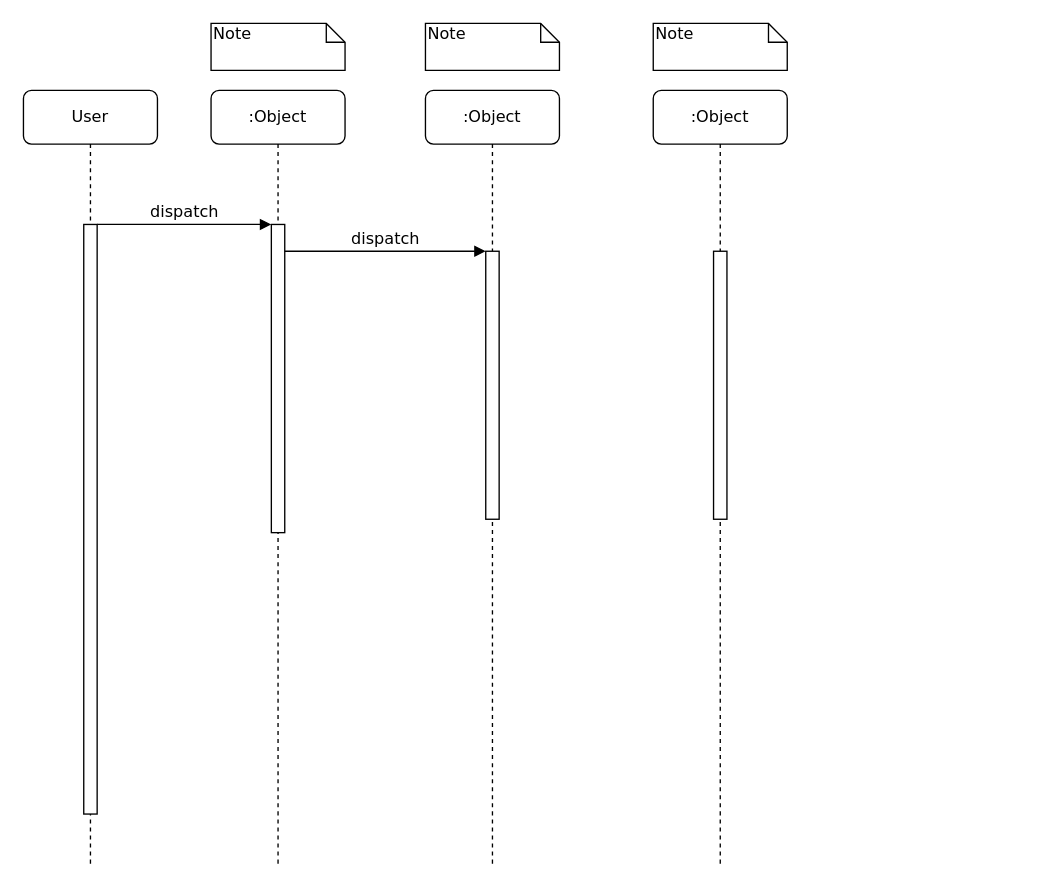
Earlier version of the draw.io diagram Sequence_Project.drawio (critschris/COMP-354). Source tidied: cells renumbered, new cells numbered last; positions are measured from the earlier drawing's top-left corner, leaving out a move shared by most shapes. Both pictures are drawn from the tidied source at 134%, with x=0, y=0 at pixel (23, 23).
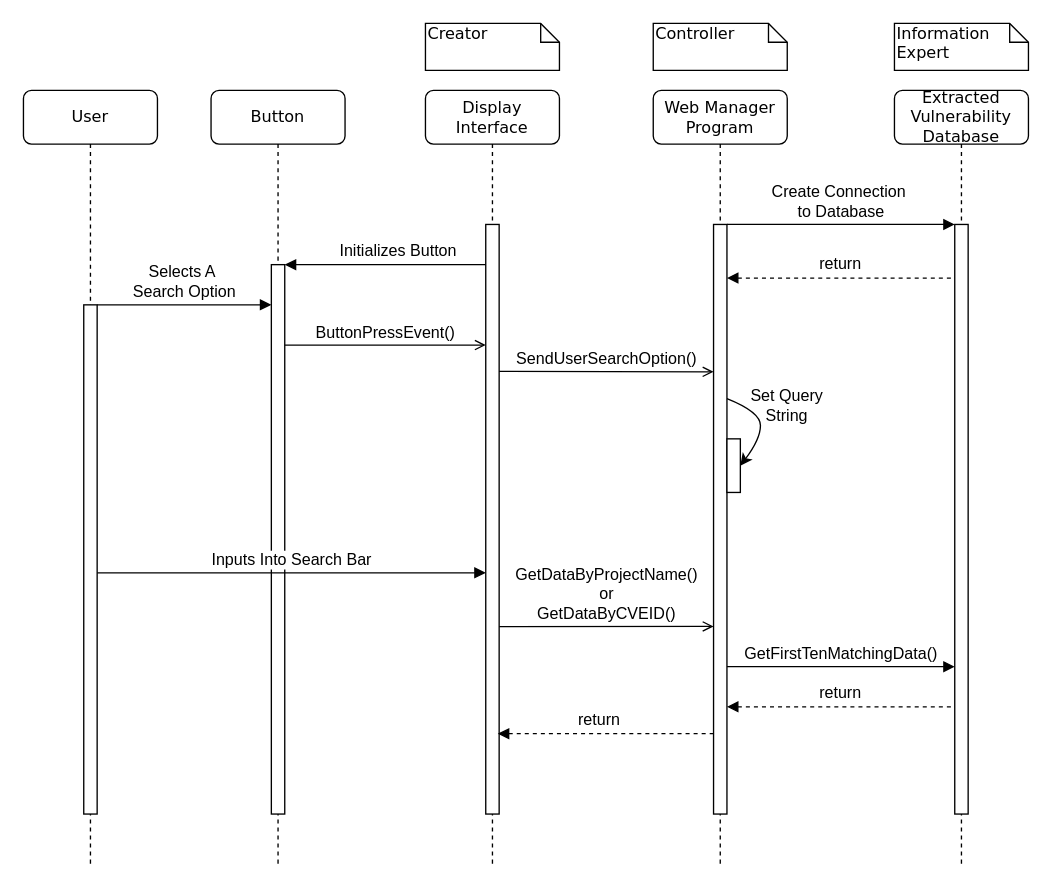
Above is the later version.

The change refers to these unchanged cells:
```xml
<mxCell id="6" value="User" style="shape=umlLifeline;perimeter=lifelinePerimeter;whiteSpace=wrap;html=1;rounded=1;shadow=0;comic=0;labelBackgroundColor=none;strokeWidth=1;fontFamily=Verdana;fontSize=12;align=center;" parent="1" vertex="1">
  <mxGeometry y="50" width="100" height="580" as="geometry" />
</mxCell>
```

Change to the diagram source:
```diff
@@
-    <mxCell id="2" value=":Object" style="shape=umlLifeline;perimeter=lifelinePerimeter;whiteSpace=wrap;html=1;rounded=1;shadow=0;comic=0;labelBackgroundColor=none;strokeWidth=1;fontFamily=Verdana;fontSize=12;align=center;" parent="1" vertex="1">
+    <mxCell id="2" value="Button" style="shape=umlLifeline;perimeter=lifelinePerimeter;whiteSpace=wrap;html=1;rounded=1;shadow=0;comic=0;labelBackgroundColor=none;strokeWidth=1;fontFamily=Verdana;fontSize=12;align=center;" parent="1" vertex="1">
       <mxGeometry x="140" y="50" width="100" height="580" as="geometry" />
     </mxCell>
     <mxCell id="3" style="html=1;points=[];perimeter=orthogonalPerimeter;rounded=0;shadow=0;comic=0;labelBackgroundColor=none;strokeWidth=1;fontFamily=Verdana;fontSize=12;align=center;" parent="2" vertex="1">
-      <mxGeometry x="45" y="100" width="10" height="230" as="geometry" />
+      <mxGeometry x="45" y="130" width="10" height="410" as="geometry" />
     </mxCell>
+    <mxCell id="15" value="&lt;font style=&quot;background-color: light-dark(#ffffff, var(--ge-dark-color, #121212));&quot; face=&quot;Helvetica&quot;&gt;Inputs Into Search Bar&lt;/font&gt;" style="html=1;verticalAlign=bottom;endArrow=block;labelBackgroundColor=none;fontFamily=Verdana;fontSize=12;edgeStyle=elbowEdgeStyle;elbow=vertical;" parent="2" edge="1">
+      <mxGeometry relative="1" as="geometry">
+        <mxPoint x="-85" y="360" as="sourcePoint" />
+        <mxPoint x="205" y="360" as="targetPoint" />
+      </mxGeometry>
+    </mxCell>
-    <mxCell id="4" value=":Object" style="shape=umlLifeline;perimeter=lifelinePerimeter;whiteSpace=wrap;html=1;rounded=1;shadow=0;comic=0;labelBackgroundColor=none;strokeWidth=1;fontFamily=Verdana;fontSize=12;align=center;" parent="1" vertex="1">
+    <mxCell id="4" value="Display Interface" style="shape=umlLifeline;perimeter=lifelinePerimeter;whiteSpace=wrap;html=1;rounded=1;shadow=0;comic=0;labelBackgroundColor=none;strokeWidth=1;fontFamily=Verdana;fontSize=12;align=center;" parent="1" vertex="1">
       <mxGeometry x="300" y="50" width="100" height="580" as="geometry" />
     </mxCell>
     <mxCell id="5" style="html=1;points=[];perimeter=orthogonalPerimeter;rounded=0;shadow=0;comic=0;labelBackgroundColor=none;strokeWidth=1;fontFamily=Verdana;fontSize=12;align=center;" parent="4" vertex="1">
-      <mxGeometry x="45" y="120" width="10" height="200" as="geometry" />
+      <mxGeometry x="45" y="100" width="10" height="440" as="geometry" />
     </mxCell>
@@
     <mxCell id="7" style="html=1;points=[];perimeter=orthogonalPerimeter;rounded=0;shadow=0;comic=0;labelBackgroundColor=none;strokeWidth=1;fontFamily=Verdana;fontSize=12;align=center;" parent="6" vertex="1">
-      <mxGeometry x="45" y="100" width="10" height="440" as="geometry" />
+      <mxGeometry x="45" y="160" width="10" height="380" as="geometry" />
     </mxCell>
-    <mxCell id="8" value="dispatch" style="html=1;verticalAlign=bottom;endArrow=block;entryX=0;entryY=0;labelBackgroundColor=none;fontFamily=Verdana;fontSize=12;edgeStyle=elbowEdgeStyle;elbow=vertical;" parent="1" edge="1" source="7" target="3">
-      <mxGeometry relative="1" as="geometry" />
-    </mxCell>
-    <mxCell id="9" value="dispatch" style="html=1;verticalAlign=bottom;endArrow=block;entryX=0;entryY=0;labelBackgroundColor=none;fontFamily=Verdana;fontSize=12;edgeStyle=elbowEdgeStyle;elbow=vertical;" parent="1" edge="1" source="3" target="5">
-      <mxGeometry relative="1" as="geometry" />
-    </mxCell>
+    <mxCell id="16" value="&lt;font face=&quot;Helvetica&quot;&gt;Selects A&amp;nbsp;&lt;/font&gt;&lt;div&gt;&lt;font face=&quot;Helvetica&quot;&gt;Search Option&lt;/font&gt;&lt;/div&gt;" style="html=1;verticalAlign=bottom;endArrow=block;entryX=0;entryY=0;labelBackgroundColor=none;fontFamily=Verdana;fontSize=12;edgeStyle=elbowEdgeStyle;elbow=vertical;" parent="6" edge="1">
+      <mxGeometry relative="1" as="geometry">
+        <mxPoint x="55" y="160" as="sourcePoint" />
+        <mxPoint x="185" y="160" as="targetPoint" />
+      </mxGeometry>
+    </mxCell>
-    <mxCell id="10" value="Note" style="shape=note;whiteSpace=wrap;html=1;size=14;verticalAlign=top;align=left;spacingTop=-6;rounded=0;shadow=0;comic=0;labelBackgroundColor=none;strokeWidth=1;fontFamily=Verdana;fontSize=12;" parent="1" vertex="1">
-      <mxGeometry x="140" width="100" height="35" as="geometry" />
+    <mxCell id="10" value="Creator" style="shape=note;whiteSpace=wrap;html=1;size=14;verticalAlign=top;align=left;spacingTop=-6;rounded=0;shadow=0;comic=0;labelBackgroundColor=none;strokeWidth=1;fontFamily=Verdana;fontSize=12;" parent="1" vertex="1">
+      <mxGeometry x="300" width="100" height="35" as="geometry" />
     </mxCell>
-    <mxCell id="11" value="Note" style="shape=note;whiteSpace=wrap;html=1;size=14;verticalAlign=top;align=left;spacingTop=-6;rounded=0;shadow=0;comic=0;labelBackgroundColor=none;strokeWidth=1;fontFamily=Verdana;fontSize=12;" parent="1" vertex="1">
-      <mxGeometry x="300" width="100" height="35" as="geometry" />
-    </mxCell>
-    <mxCell id="12" value=":Object" style="shape=umlLifeline;perimeter=lifelinePerimeter;whiteSpace=wrap;html=1;rounded=1;shadow=0;comic=0;labelBackgroundColor=none;strokeWidth=1;fontFamily=Verdana;fontSize=12;align=center;" parent="1" vertex="1">
+    <mxCell id="12" value="Web Manager&lt;div&gt;Program&lt;/div&gt;" style="shape=umlLifeline;perimeter=lifelinePerimeter;whiteSpace=wrap;html=1;rounded=1;shadow=0;comic=0;labelBackgroundColor=none;strokeWidth=1;fontFamily=Verdana;fontSize=12;align=center;" parent="1" vertex="1">
       <mxGeometry x="470" y="50" width="100" height="580" as="geometry" />
     </mxCell>
     <mxCell id="13" style="html=1;perimeter=orthogonalPerimeter;rounded=0;shadow=0;comic=0;labelBackgroundColor=none;strokeWidth=1;fontFamily=Verdana;fontSize=12;align=center;" parent="12" vertex="1">
-      <mxGeometry x="45" y="120" width="10" height="200" as="geometry" />
+      <mxGeometry x="45" y="100" width="10" height="440" as="geometry" />
     </mxCell>
+    <mxCell id="17" value="&lt;font face=&quot;Helvetica&quot;&gt;SendUserSearchOption()&lt;/font&gt;" style="html=1;verticalAlign=bottom;endArrow=open;entryX=0;entryY=0;labelBackgroundColor=none;fontFamily=Verdana;fontSize=12;edgeStyle=elbowEdgeStyle;elbow=vertical;endFill=0;" parent="12" edge="1">
+      <mxGeometry relative="1" as="geometry">
+        <mxPoint x="-115" y="209.6" as="sourcePoint" />
+        <mxPoint x="45" y="209.6" as="targetPoint" />
+      </mxGeometry>
+    </mxCell>
+    <mxCell id="18" style="curved=1;endArrow=classic;html=1;rounded=0;" parent="12" edge="1">
+      <mxGeometry relative="1" as="geometry">
+        <mxPoint x="55" y="230" as="sourcePoint" />
+        <mxPoint x="65" y="280" as="targetPoint" />
+        <Array as="points">
+          <mxPoint x="80" y="240" />
+          <mxPoint x="80" y="260" />
+        </Array>
+      </mxGeometry>
+    </mxCell>
+    <mxCell id="19" style="html=1;perimeter=orthogonalPerimeter;rounded=0;shadow=0;comic=0;labelBackgroundColor=none;strokeWidth=1;fontFamily=Verdana;fontSize=12;align=center;" parent="12" vertex="1">
+      <mxGeometry x="55" y="260" width="10" height="40" as="geometry" />
+    </mxCell>
+    <mxCell id="20" style="group;" parent="12" vertex="1">
+      <mxGeometry x="55" y="440" width="170" height="20" as="geometry" />
+    </mxCell>
+    <mxCell id="21" style="endArrow=none;html=1;rounded=0;startArrow=block;startFill=1;dashed=1;" parent="20" edge="1">
+      <mxGeometry relative="1" as="geometry">
+        <mxPoint y="20" as="sourcePoint" />
+        <mxPoint x="170" y="20" as="targetPoint" />
+      </mxGeometry>
+    </mxCell>
+    <mxCell id="22" value="return" style="text;html=1;align=center;verticalAlign=middle;whiteSpace=wrap;rounded=0;" parent="20" vertex="1">
+      <mxGeometry x="55" width="60" height="20" as="geometry" />
+    </mxCell>
+    <mxCell id="23" style="group;" parent="12" vertex="1">
+      <mxGeometry x="-116" y="460" width="161" height="20" as="geometry" />
+    </mxCell>
+    <mxCell id="24" style="endArrow=none;html=1;rounded=0;startArrow=block;startFill=1;dashed=1;" parent="23" edge="1">
+      <mxGeometry relative="1" as="geometry">
+        <mxPoint y="20" as="sourcePoint" />
+        <mxPoint x="161" y="20" as="targetPoint" />
+      </mxGeometry>
+    </mxCell>
+    <mxCell id="25" value="return" style="text;html=1;align=center;verticalAlign=middle;whiteSpace=wrap;rounded=0;" parent="23" vertex="1">
+      <mxGeometry x="46" width="60" height="20" as="geometry" />
+    </mxCell>
-    <mxCell id="14" value="Note" style="shape=note;whiteSpace=wrap;html=1;size=14;verticalAlign=top;align=left;spacingTop=-6;rounded=0;shadow=0;comic=0;labelBackgroundColor=none;strokeWidth=1;fontFamily=Verdana;fontSize=12;" parent="1" vertex="1">
+    <mxCell id="14" value="Controller" style="shape=note;whiteSpace=wrap;html=1;size=14;verticalAlign=top;align=left;spacingTop=-6;rounded=0;shadow=0;comic=0;labelBackgroundColor=none;strokeWidth=1;fontFamily=Verdana;fontSize=12;" parent="1" vertex="1">
       <mxGeometry x="470" width="100" height="35" as="geometry" />
     </mxCell>
+    <mxCell id="26" value="&lt;font face=&quot;Helvetica&quot;&gt;Create Connection&amp;nbsp;&lt;/font&gt;&lt;div&gt;&lt;font face=&quot;Helvetica&quot;&gt;to Database&lt;/font&gt;&lt;/div&gt;" style="html=1;verticalAlign=bottom;endArrow=block;entryX=0;entryY=0;labelBackgroundColor=none;fontFamily=Verdana;fontSize=12;edgeStyle=elbowEdgeStyle;elbow=vertical;" parent="1" edge="1">
+      <mxGeometry relative="1" as="geometry">
+        <mxPoint x="525" y="150" as="sourcePoint" />
+        <mxPoint x="695" y="150" as="targetPoint" />
+      </mxGeometry>
+    </mxCell>
+    <mxCell id="27" value="&lt;div&gt;Extracted&lt;/div&gt;Vulnerability&lt;div&gt;Database&lt;/div&gt;" style="shape=umlLifeline;perimeter=lifelinePerimeter;whiteSpace=wrap;html=1;rounded=1;shadow=0;comic=0;labelBackgroundColor=none;strokeWidth=1;fontFamily=Verdana;fontSize=12;align=center;" parent="1" vertex="1">
+      <mxGeometry x="650" y="50" width="100" height="580" as="geometry" />
+    </mxCell>
+    <mxCell id="28" style="html=1;perimeter=orthogonalPerimeter;rounded=0;shadow=0;comic=0;labelBackgroundColor=none;strokeWidth=1;fontFamily=Verdana;fontSize=12;align=center;" parent="27" vertex="1">
+      <mxGeometry x="45" y="100" width="10" height="440" as="geometry" />
+    </mxCell>
+    <mxCell id="29" style="group;" parent="27" vertex="1">
+      <mxGeometry x="-125" y="120" width="170" height="20" as="geometry" />
+    </mxCell>
+    <mxCell id="30" style="endArrow=none;html=1;rounded=0;startArrow=block;startFill=1;dashed=1;" parent="29" edge="1">
+      <mxGeometry relative="1" as="geometry">
+        <mxPoint y="20" as="sourcePoint" />
+        <mxPoint x="170" y="20" as="targetPoint" />
+      </mxGeometry>
+    </mxCell>
+    <mxCell id="31" value="return" style="text;html=1;align=center;verticalAlign=middle;whiteSpace=wrap;rounded=0;" parent="29" vertex="1">
+      <mxGeometry x="55" width="60" height="20" as="geometry" />
+    </mxCell>
+    <mxCell id="32" value="Information Expert" style="shape=note;whiteSpace=wrap;html=1;size=14;verticalAlign=top;align=left;spacingTop=-6;rounded=0;shadow=0;comic=0;labelBackgroundColor=none;strokeWidth=1;fontFamily=Verdana;fontSize=12;" parent="1" vertex="1">
+      <mxGeometry x="650" width="100" height="35" as="geometry" />
+    </mxCell>
+    <mxCell id="33" style="endArrow=none;html=1;rounded=0;startArrow=block;startFill=1;" parent="1" edge="1">
+      <mxGeometry relative="1" as="geometry">
+        <mxPoint x="195" y="180" as="sourcePoint" />
+        <mxPoint x="345" y="180" as="targetPoint" />
+      </mxGeometry>
+    </mxCell>
+    <mxCell id="34" value="Initializes Button" style="text;html=1;align=center;verticalAlign=middle;whiteSpace=wrap;rounded=0;" parent="1" vertex="1">
+      <mxGeometry x="230" y="160" width="100" height="20" as="geometry" />
+    </mxCell>
+    <mxCell id="35" value="&lt;font face=&quot;Helvetica&quot;&gt;ButtonPressEvent()&lt;/font&gt;" style="html=1;verticalAlign=bottom;endArrow=open;entryX=0;entryY=0;labelBackgroundColor=none;fontFamily=Verdana;fontSize=12;edgeStyle=elbowEdgeStyle;elbow=vertical;endFill=0;" parent="1" edge="1">
+      <mxGeometry relative="1" as="geometry">
+        <mxPoint x="195" y="240" as="sourcePoint" />
+        <mxPoint x="345" y="240" as="targetPoint" />
+      </mxGeometry>
+    </mxCell>
+    <mxCell id="36" value="Set Query String" style="text;html=1;align=center;verticalAlign=middle;whiteSpace=wrap;rounded=0;" parent="1" vertex="1">
+      <mxGeometry x="540" y="270" width="60" height="30" as="geometry" />
+    </mxCell>
+    <mxCell id="37" value="&lt;font face=&quot;Helvetica&quot;&gt;GetDataByProjectName()&lt;/font&gt;&lt;div&gt;&lt;font face=&quot;Helvetica&quot;&gt;or&lt;/font&gt;&lt;/div&gt;&lt;div&gt;&lt;font face=&quot;Helvetica&quot;&gt;GetDataByCVEID()&lt;/font&gt;&lt;/div&gt;" style="html=1;verticalAlign=bottom;endArrow=open;entryX=0;entryY=0;labelBackgroundColor=none;fontFamily=Verdana;fontSize=12;edgeStyle=elbowEdgeStyle;elbow=vertical;endFill=0;" parent="1" edge="1">
+      <mxGeometry relative="1" as="geometry">
+        <mxPoint x="355" y="450.1" as="sourcePoint" />
+        <mxPoint x="515" y="450.1" as="targetPoint" />
+      </mxGeometry>
+    </mxCell>
+    <mxCell id="38" value="&lt;font face=&quot;Helvetica&quot;&gt;GetFirstTenMatchingData()&lt;/font&gt;" style="html=1;verticalAlign=bottom;endArrow=block;entryX=0;entryY=0;labelBackgroundColor=none;fontFamily=Verdana;fontSize=12;edgeStyle=elbowEdgeStyle;elbow=vertical;" parent="1" edge="1">
+      <mxGeometry relative="1" as="geometry">
+        <mxPoint x="525" y="480" as="sourcePoint" />
+        <mxPoint x="695" y="480" as="targetPoint" />
+      </mxGeometry>
+    </mxCell>
```
